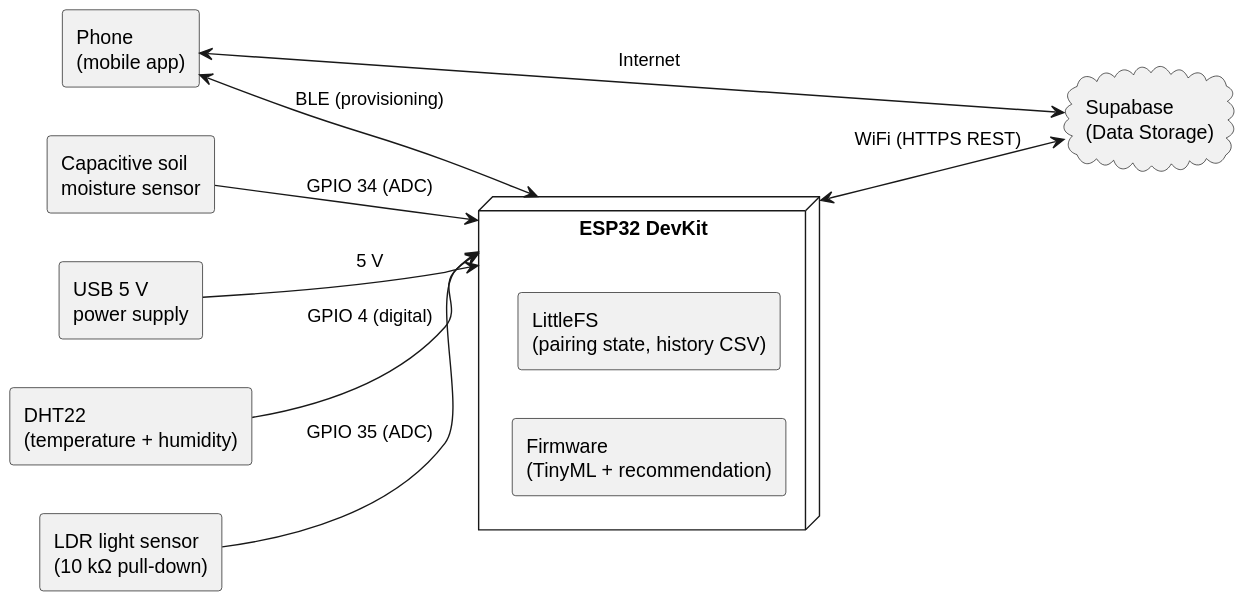
Before: sem-7-AI/personal-project/docs/system-design/images/hw-diagram.svg, a diagram exported from PlantUML (caseystijlaart/Fontys).
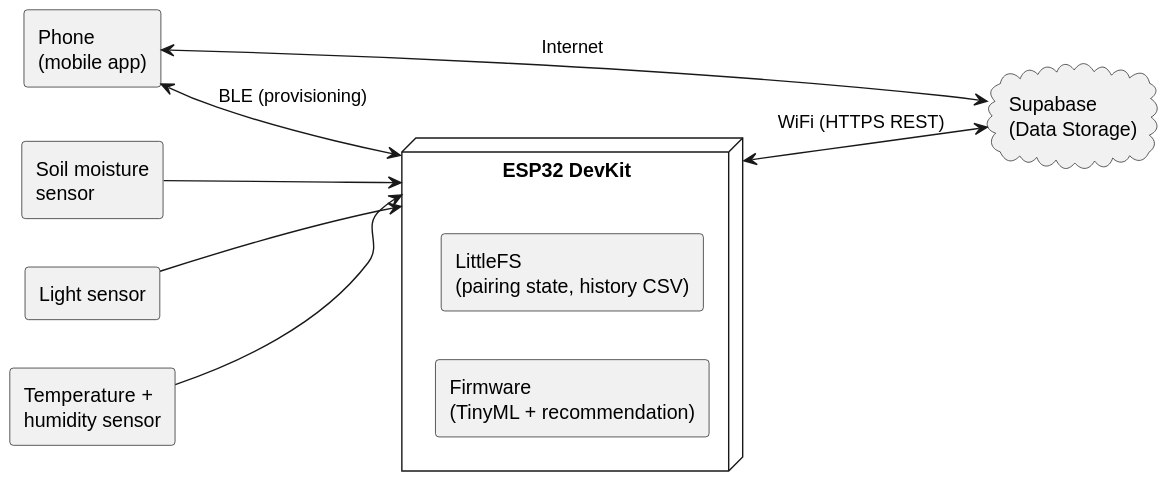
After the commit.

What changed in the source:
```diff
@@ -7,18 +7,16 @@
   component "LittleFS\n(pairing state, history CSV)" as LFS
 }
 
-component "Capacitive soil\nmoisture sensor" as Soil
-component "DHT22\n(temperature + humidity)" as DHT
-component "LDR light sensor\n(10 kΩ pull-down)" as LDR
+component "Soil moisture\nsensor" as Soil
+component "Temperature +\nhumidity sensor" as DHT
+component "Light sensor" as LDR
 
 cloud "Supabase\n(Data Storage)" as SB
 component "Phone\n(mobile app)" as App
-component "USB 5 V\npower supply" as PWR
 
-Soil --> ESP : GPIO 34 (ADC)
-DHT --> ESP : GPIO 4 (digital)
-LDR --> ESP : GPIO 35 (ADC)
-PWR --> ESP : 5 V
+Soil --> ESP
+DHT --> ESP
+LDR --> ESP
 
 ESP <--> SB : WiFi (HTTPS REST)
 App <--> ESP : BLE (provisioning)
```
